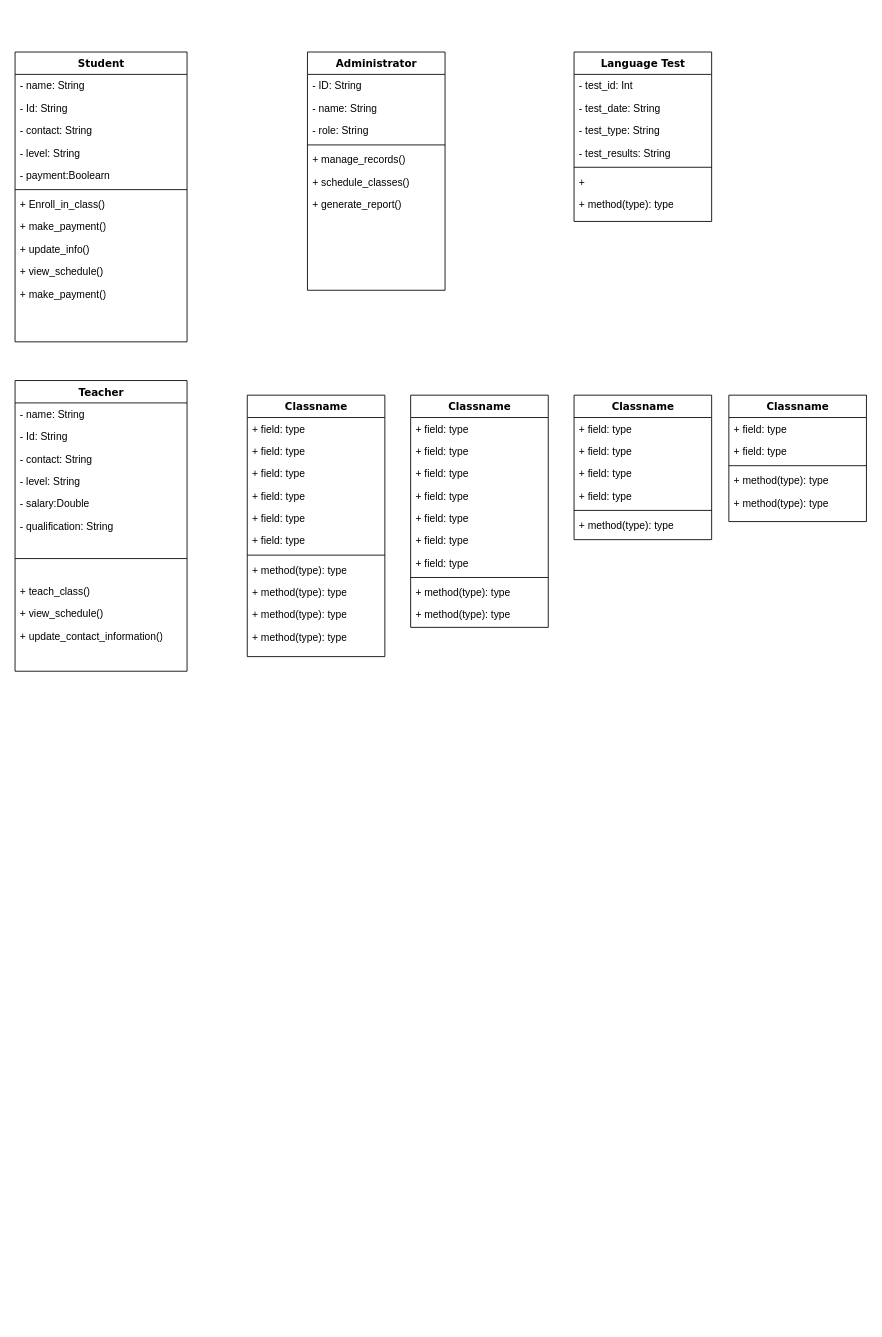
Above: Masa_academy_diagram_class.drawio in mati-tech/draw.io (draw.io), before the change. Source tidied: cells renumbered, new cells numbered last; positions are measured from the earlier drawing's top-left corner, leaving out a move shared by most shapes. Both pictures are drawn from the tidied source at 86%, with x=0, y=0 at pixel (15, 52).
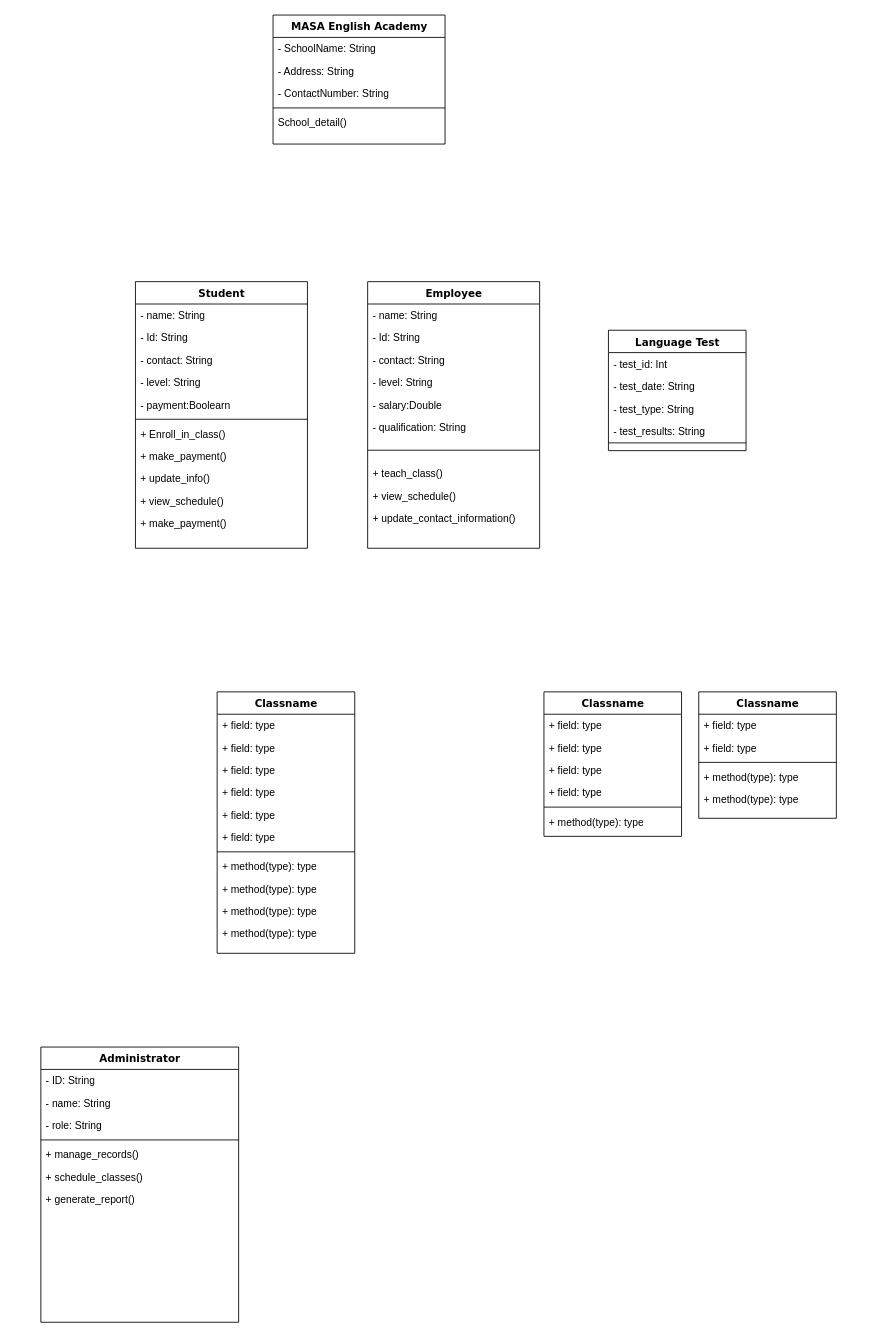
After the change.

Change to the diagram source:
```diff
@@
     <mxCell id="2" value="Student" style="swimlane;html=1;fontStyle=1;align=center;verticalAlign=top;horizontal=1;startSize=26;swimlaneFillColor=#ffffff;rounded=0;shadow=0;comic=0;labelBackgroundColor=none;strokeWidth=1;fillColor=none;fontFamily=Verdana;fontSize=12;" parent="1" vertex="1">
-      <mxGeometry width="200" height="337" as="geometry" />
+      <mxGeometry x="140" y="267" width="200" height="310" as="geometry" />
     </mxCell>
@@
     <mxCell id="14" value="Administrator" style="swimlane;html=1;fontStyle=1;align=center;verticalAlign=top;horizontal=1;startSize=26;swimlaneFillColor=#ffffff;rounded=0;shadow=0;comic=0;labelBackgroundColor=none;strokeWidth=1;fillColor=none;fontFamily=Verdana;fontSize=12;" parent="1" vertex="1">
-      <mxGeometry x="340" width="160" height="277" as="geometry" />
+      <mxGeometry x="30" y="1157" width="230" height="320" as="geometry" />
     </mxCell>
     <mxCell id="15" value="- ID: String" style="text;html=1;strokeColor=none;fillColor=none;align=left;verticalAlign=top;spacingLeft=4;spacingRight=4;whiteSpace=wrap;overflow=hidden;" parent="14" vertex="1">
-      <mxGeometry y="26" width="160" height="26" as="geometry" />
+      <mxGeometry y="26" width="230" height="26" as="geometry" />
     </mxCell>
     <mxCell id="16" value="- name: String" style="text;html=1;strokeColor=none;fillColor=none;align=left;verticalAlign=top;spacingLeft=4;spacingRight=4;whiteSpace=wrap;overflow=hidden;" parent="14" vertex="1">
-      <mxGeometry y="52" width="160" height="26" as="geometry" />
+      <mxGeometry y="52" width="230" height="26" as="geometry" />
     </mxCell>
     <mxCell id="17" value="- role: String" style="text;html=1;strokeColor=none;fillColor=none;align=left;verticalAlign=top;spacingLeft=4;spacingRight=4;whiteSpace=wrap;overflow=hidden;" parent="14" vertex="1">
-      <mxGeometry y="78" width="160" height="26" as="geometry" />
+      <mxGeometry y="78" width="230" height="26" as="geometry" />
     </mxCell>
     <mxCell id="18" style="line;html=1;strokeWidth=1;fillColor=none;align=left;verticalAlign=middle;spacingTop=-1;spacingLeft=3;spacingRight=3;labelPosition=right;" parent="14" vertex="1">
-      <mxGeometry y="104" width="160" height="8" as="geometry" />
+      <mxGeometry y="104" width="230" height="8" as="geometry" />
     </mxCell>
     <mxCell id="19" value="+ manage_records()" style="text;html=1;strokeColor=none;fillColor=none;align=left;verticalAlign=top;spacingLeft=4;spacingRight=4;whiteSpace=wrap;overflow=hidden;" parent="14" vertex="1">
-      <mxGeometry y="112" width="160" height="26" as="geometry" />
+      <mxGeometry y="112" width="230" height="26" as="geometry" />
     </mxCell>
     <mxCell id="20" value="+ schedule_classes()" style="text;html=1;strokeColor=none;fillColor=none;align=left;verticalAlign=top;spacingLeft=4;spacingRight=4;whiteSpace=wrap;overflow=hidden;" parent="14" vertex="1">
-      <mxGeometry y="138" width="160" height="26" as="geometry" />
+      <mxGeometry y="138" width="230" height="26" as="geometry" />
     </mxCell>
     <mxCell id="21" value="+ generate_report()" style="text;html=1;strokeColor=none;fillColor=none;align=left;verticalAlign=top;spacingLeft=4;spacingRight=4;whiteSpace=wrap;overflow=hidden;" parent="14" vertex="1">
-      <mxGeometry y="164" width="160" height="26" as="geometry" />
+      <mxGeometry y="164" width="230" height="26" as="geometry" />
     </mxCell>
     <mxCell id="22" value="Language Test" style="swimlane;html=1;fontStyle=1;align=center;verticalAlign=top;horizontal=1;startSize=26;swimlaneFillColor=#ffffff;rounded=0;shadow=0;comic=0;labelBackgroundColor=none;strokeWidth=1;fillColor=none;fontFamily=Verdana;fontSize=12;" parent="1" vertex="1">
-      <mxGeometry x="650" width="160" height="197" as="geometry" />
+      <mxGeometry x="690" y="323.5" width="160" height="140" as="geometry" />
     </mxCell>
@@
     <mxCell id="27" style="line;html=1;strokeWidth=1;fillColor=none;align=left;verticalAlign=middle;spacingTop=-1;spacingLeft=3;spacingRight=3;labelPosition=right;" parent="22" vertex="1">
-      <mxGeometry y="130" width="160" height="8" as="geometry" />
+      <mxGeometry y="130" width="160" height="2" as="geometry" />
     </mxCell>
-    <mxCell id="28" value="+&amp;nbsp;" style="text;html=1;strokeColor=none;fillColor=none;align=left;verticalAlign=top;spacingLeft=4;spacingRight=4;whiteSpace=wrap;overflow=hidden;" parent="22" vertex="1">
-      <mxGeometry y="138" width="160" height="26" as="geometry" />
-    </mxCell>
-    <mxCell id="29" value="+ method(type): type" style="text;html=1;strokeColor=none;fillColor=none;align=left;verticalAlign=top;spacingLeft=4;spacingRight=4;whiteSpace=wrap;overflow=hidden;" parent="22" vertex="1">
-      <mxGeometry y="164" width="160" height="26" as="geometry" />
-    </mxCell>
-    <mxCell id="30" value="Teacher" style="swimlane;html=1;fontStyle=1;align=center;verticalAlign=top;horizontal=1;startSize=26;swimlaneFillColor=#ffffff;rounded=0;shadow=0;comic=0;labelBackgroundColor=none;strokeWidth=1;fillColor=none;fontFamily=Verdana;fontSize=12;" parent="1" vertex="1">
-      <mxGeometry y="382" width="200" height="338" as="geometry" />
+    <mxCell id="30" value="Employee" style="swimlane;html=1;fontStyle=1;align=center;verticalAlign=top;horizontal=1;startSize=26;swimlaneFillColor=#ffffff;rounded=0;shadow=0;comic=0;labelBackgroundColor=none;strokeWidth=1;fillColor=none;fontFamily=Verdana;fontSize=12;" parent="1" vertex="1">
+      <mxGeometry x="410" y="267" width="200" height="310" as="geometry" />
     </mxCell>
@@
     <mxCell id="37" style="line;html=1;strokeWidth=1;fillColor=none;align=left;verticalAlign=middle;spacingTop=-1;spacingLeft=3;spacingRight=3;labelPosition=right;" parent="30" vertex="1">
-      <mxGeometry y="182" width="200" height="50" as="geometry" />
+      <mxGeometry y="182" width="200" height="28" as="geometry" />
     </mxCell>
     <mxCell id="38" value="+ teach_class()" style="text;html=1;strokeColor=none;fillColor=none;align=left;verticalAlign=top;spacingLeft=4;spacingRight=4;whiteSpace=wrap;overflow=hidden;" parent="30" vertex="1">
-      <mxGeometry y="232" width="200" height="26" as="geometry" />
+      <mxGeometry y="210" width="200" height="26" as="geometry" />
     </mxCell>
     <mxCell id="39" value="+ view_schedule()" style="text;html=1;strokeColor=none;fillColor=none;align=left;verticalAlign=top;spacingLeft=4;spacingRight=4;whiteSpace=wrap;overflow=hidden;" parent="30" vertex="1">
-      <mxGeometry y="258" width="200" height="26" as="geometry" />
+      <mxGeometry y="236" width="200" height="26" as="geometry" />
     </mxCell>
     <mxCell id="40" value="+ update_contact_information()" style="text;html=1;strokeColor=none;fillColor=none;align=left;verticalAlign=top;spacingLeft=4;spacingRight=4;whiteSpace=wrap;overflow=hidden;" parent="30" vertex="1">
-      <mxGeometry y="284" width="200" height="24" as="geometry" />
+      <mxGeometry y="262" width="200" height="24" as="geometry" />
     </mxCell>
     <mxCell id="41" value="Classname" style="swimlane;html=1;fontStyle=1;align=center;verticalAlign=top;horizontal=1;startSize=26;swimlaneFillColor=#ffffff;rounded=0;shadow=0;comic=0;labelBackgroundColor=none;strokeWidth=1;fillColor=none;fontFamily=Verdana;fontSize=12;" parent="1" vertex="1">
-      <mxGeometry x="270" y="399" width="160" height="304" as="geometry" />
+      <mxGeometry x="235" y="744" width="160" height="304" as="geometry" />
     </mxCell>
@@
-    <mxCell id="53" value="Classname" style="swimlane;html=1;fontStyle=1;align=center;verticalAlign=top;horizontal=1;startSize=26;swimlaneFillColor=#ffffff;rounded=0;shadow=0;comic=0;labelBackgroundColor=none;strokeWidth=1;fillColor=none;fontFamily=Verdana;fontSize=12;" parent="1" vertex="1">
-      <mxGeometry x="460" y="399" width="160" height="270" as="geometry" />
+    <mxCell id="53" value="MASA English Academy" style="swimlane;html=1;fontStyle=1;align=center;verticalAlign=top;horizontal=1;startSize=26;swimlaneFillColor=#ffffff;rounded=0;shadow=0;comic=0;labelBackgroundColor=none;strokeWidth=1;fillColor=none;fontFamily=Verdana;fontSize=12;" parent="1" vertex="1">
+      <mxGeometry x="300" y="-43" width="200" height="150" as="geometry" />
     </mxCell>
-    <mxCell id="54" value="+ field: type" style="text;html=1;strokeColor=none;fillColor=none;align=left;verticalAlign=top;spacingLeft=4;spacingRight=4;whiteSpace=wrap;overflow=hidden;" parent="53" vertex="1">
-      <mxGeometry y="26" width="160" height="26" as="geometry" />
+    <mxCell id="54" value="- SchoolName: String" style="text;html=1;strokeColor=none;fillColor=none;align=left;verticalAlign=top;spacingLeft=4;spacingRight=4;whiteSpace=wrap;overflow=hidden;" parent="53" vertex="1">
+      <mxGeometry y="26" width="200" height="26" as="geometry" />
     </mxCell>
-    <mxCell id="55" value="+ field: type" style="text;html=1;strokeColor=none;fillColor=none;align=left;verticalAlign=top;spacingLeft=4;spacingRight=4;whiteSpace=wrap;overflow=hidden;" parent="53" vertex="1">
-      <mxGeometry y="52" width="160" height="26" as="geometry" />
+    <mxCell id="55" value="- Address: String" style="text;html=1;strokeColor=none;fillColor=none;align=left;verticalAlign=top;spacingLeft=4;spacingRight=4;whiteSpace=wrap;overflow=hidden;" parent="53" vertex="1">
+      <mxGeometry y="52" width="200" height="26" as="geometry" />
     </mxCell>
-    <mxCell id="56" value="+ field: type" style="text;html=1;strokeColor=none;fillColor=none;align=left;verticalAlign=top;spacingLeft=4;spacingRight=4;whiteSpace=wrap;overflow=hidden;" parent="53" vertex="1">
-      <mxGeometry y="78" width="160" height="26" as="geometry" />
+    <mxCell id="56" value="- ContactNumber: String" style="text;html=1;strokeColor=none;fillColor=none;align=left;verticalAlign=top;spacingLeft=4;spacingRight=4;whiteSpace=wrap;overflow=hidden;" parent="53" vertex="1">
+      <mxGeometry y="78" width="200" height="26" as="geometry" />
     </mxCell>
-    <mxCell id="57" value="+ field: type" style="text;html=1;strokeColor=none;fillColor=none;align=left;verticalAlign=top;spacingLeft=4;spacingRight=4;whiteSpace=wrap;overflow=hidden;" parent="53" vertex="1">
-      <mxGeometry y="104" width="160" height="26" as="geometry" />
-    </mxCell>
-    <mxCell id="58" value="+ field: type" style="text;html=1;strokeColor=none;fillColor=none;align=left;verticalAlign=top;spacingLeft=4;spacingRight=4;whiteSpace=wrap;overflow=hidden;" parent="53" vertex="1">
-      <mxGeometry y="130" width="160" height="26" as="geometry" />
-    </mxCell>
-    <mxCell id="59" value="+ field: type" style="text;html=1;strokeColor=none;fillColor=none;align=left;verticalAlign=top;spacingLeft=4;spacingRight=4;whiteSpace=wrap;overflow=hidden;" parent="53" vertex="1">
-      <mxGeometry y="156" width="160" height="26" as="geometry" />
-    </mxCell>
-    <mxCell id="60" value="+ field: type" style="text;html=1;strokeColor=none;fillColor=none;align=left;verticalAlign=top;spacingLeft=4;spacingRight=4;whiteSpace=wrap;overflow=hidden;" parent="53" vertex="1">
-      <mxGeometry y="182" width="160" height="26" as="geometry" />
-    </mxCell>
     <mxCell id="61" style="line;html=1;strokeWidth=1;fillColor=none;align=left;verticalAlign=middle;spacingTop=-1;spacingLeft=3;spacingRight=3;labelPosition=right;" parent="53" vertex="1">
-      <mxGeometry y="208" width="160" height="8" as="geometry" />
+      <mxGeometry y="104" width="200" height="8" as="geometry" />
     </mxCell>
-    <mxCell id="62" value="+ method(type): type" style="text;html=1;strokeColor=none;fillColor=none;align=left;verticalAlign=top;spacingLeft=4;spacingRight=4;whiteSpace=wrap;overflow=hidden;" parent="53" vertex="1">
-      <mxGeometry y="216" width="160" height="26" as="geometry" />
-    </mxCell>
-    <mxCell id="63" value="+ method(type): type" style="text;html=1;strokeColor=none;fillColor=none;align=left;verticalAlign=top;spacingLeft=4;spacingRight=4;whiteSpace=wrap;overflow=hidden;" parent="53" vertex="1">
-      <mxGeometry y="242" width="160" height="26" as="geometry" />
+    <mxCell id="63" value="School_detail()" style="text;html=1;strokeColor=none;fillColor=none;align=left;verticalAlign=top;spacingLeft=4;spacingRight=4;whiteSpace=wrap;overflow=hidden;" parent="53" vertex="1">
+      <mxGeometry y="112" width="200" height="26" as="geometry" />
     </mxCell>
     <mxCell id="64" value="Classname" style="swimlane;html=1;fontStyle=1;align=center;verticalAlign=top;horizontal=1;startSize=26;swimlaneFillColor=#ffffff;rounded=0;shadow=0;comic=0;labelBackgroundColor=none;strokeWidth=1;fillColor=none;fontFamily=Verdana;fontSize=12;" parent="1" vertex="1">
-      <mxGeometry x="650" y="399" width="160" height="168" as="geometry" />
+      <mxGeometry x="615" y="744" width="160" height="168" as="geometry" />
     </mxCell>
@@
     <mxCell id="71" value="Classname" style="swimlane;html=1;fontStyle=1;align=center;verticalAlign=top;horizontal=1;startSize=26;swimlaneFillColor=#ffffff;rounded=0;shadow=0;comic=0;labelBackgroundColor=none;strokeWidth=1;fillColor=none;fontFamily=Verdana;fontSize=12;" parent="1" vertex="1">
-      <mxGeometry x="830" y="399" width="160" height="147" as="geometry" />
+      <mxGeometry x="795" y="744" width="160" height="147" as="geometry" />
     </mxCell>
```
